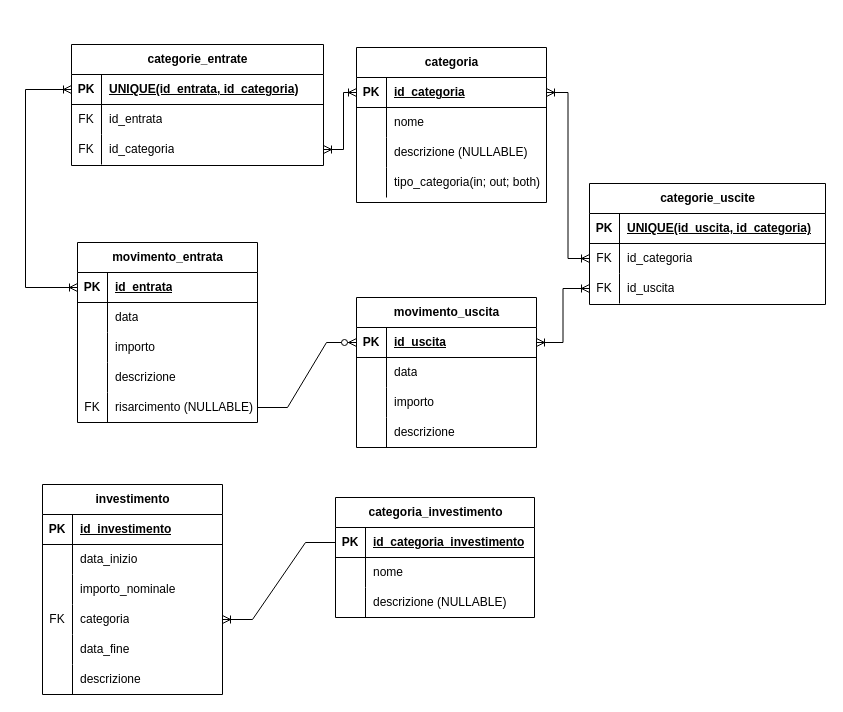
h4rk/ContaPapagne keeps this draw.io diagram as documentation/ER-diagram/modello-em.drawio. Above is the earlier version. Source tidied: cells renumbered, new cells numbered last; positions are measured from the earlier drawing's top-left corner, leaving out a move shared by most shapes. Both pictures are drawn from the tidied source at 100%, with x=0, y=0 at pixel (25, 44).
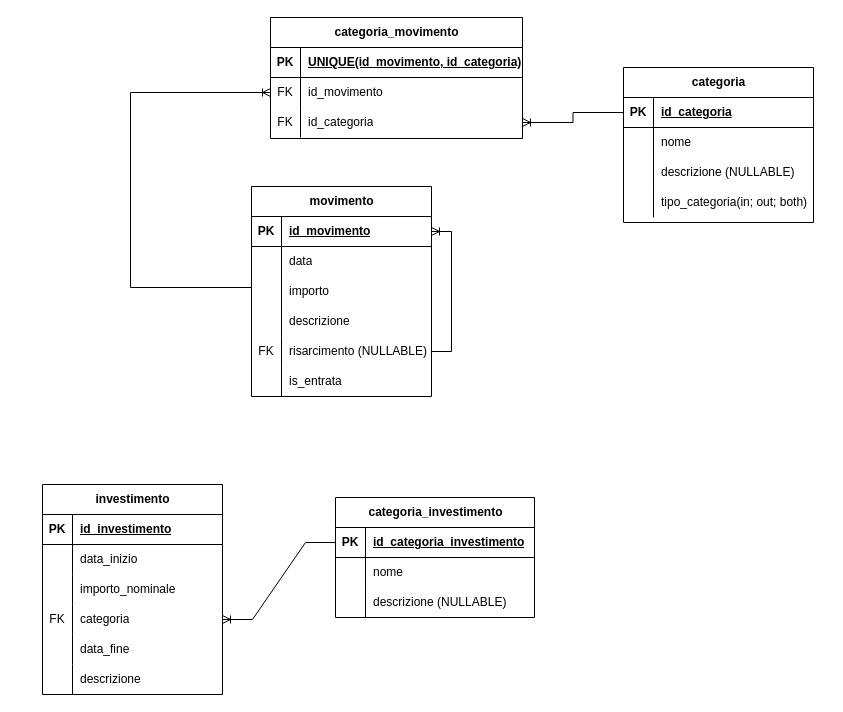
After the change.

Unchanged cells that the change refers to:
```xml
<mxCell id="3" style="shape=tableRow;horizontal=0;startSize=0;swimlaneHead=0;swimlaneBody=0;fillColor=none;points=[[0,0.5],[1,0.5]];portConstraint=eastwest;top=0;left=0;right=0;bottom=1;" parent="2" vertex="1">
  <mxGeometry y="30" width="180" height="30" as="geometry" />
</mxCell>
<mxCell id="15" style="shape=tableRow;horizontal=0;startSize=0;swimlaneHead=0;swimlaneBody=0;fillColor=none;points=[[0,0.5],[1,0.5]];portConstraint=eastwest;top=0;left=0;right=0;bottom=0;" parent="2" vertex="1">
  <mxGeometry y="150" width="180" height="30" as="geometry" />
</mxCell>
<mxCell id="32" style="shape=tableRow;horizontal=0;startSize=0;swimlaneHead=0;swimlaneBody=0;fillColor=none;points=[[0,0.5],[1,0.5]];portConstraint=eastwest;top=0;left=0;right=0;bottom=1;" parent="31" vertex="1">
  <mxGeometry y="30" width="190" height="30" as="geometry" />
</mxCell>
<mxCell id="76" style="shape=tableRow;horizontal=0;startSize=0;swimlaneHead=0;swimlaneBody=0;fillColor=none;points=[[0,0.5],[1,0.5]];portConstraint=eastwest;top=0;left=0;right=0;bottom=1;" parent="75" vertex="1">
  <mxGeometry y="30" width="252" height="30" as="geometry" />
</mxCell>
<mxCell id="79" style="shape=tableRow;horizontal=0;startSize=0;swimlaneHead=0;swimlaneBody=0;fillColor=none;points=[[0,0.5],[1,0.5]];portConstraint=eastwest;top=0;left=0;right=0;bottom=0;" parent="75" vertex="1">
  <mxGeometry y="60" width="252" height="30" as="geometry" />
</mxCell>
<mxCell id="82" style="shape=tableRow;horizontal=0;startSize=0;swimlaneHead=0;swimlaneBody=0;fillColor=none;points=[[0,0.5],[1,0.5]];portConstraint=eastwest;top=0;left=0;right=0;bottom=0;" parent="75" vertex="1">
  <mxGeometry y="90" width="252" height="30" as="geometry" />
</mxCell>
```

Diff of the diagram source:
```diff
@@
-    <mxCell id="2" value="movimento_entrata" style="shape=table;startSize=30;childLayout=tableLayout;rowLines=0;fontStyle=1;align=center;html=1;" parent="1" vertex="1">
-      <mxGeometry x="52" y="198" width="180" height="180" as="geometry" />
+    <mxCell id="2" value="movimento" style="shape=table;startSize=30;childLayout=tableLayout;rowLines=0;fontStyle=1;align=center;html=1;" parent="1" vertex="1">
+      <mxGeometry x="226" y="142" width="180" height="210" as="geometry" />
     </mxCell>
@@
-    <mxCell id="5" value="id_entrata" style="shape=partialRectangle;fillColor=none;top=0;left=0;bottom=0;right=0;align=left;spacingLeft=6;fontStyle=5;overflow=hidden;whiteSpace=wrap;html=1;" parent="3" vertex="1">
+    <mxCell id="5" value="id_movimento" style="shape=partialRectangle;fillColor=none;top=0;left=0;bottom=0;right=0;align=left;spacingLeft=6;fontStyle=5;overflow=hidden;whiteSpace=wrap;html=1;" parent="3" vertex="1">
       <mxGeometry x="30" width="150" height="30" as="geometry" />
     </mxCell>
@@
+    <mxCell id="99" style="edgeStyle=orthogonalEdgeStyle;rounded=0;jettySize=auto;html=1;entryX=1;entryY=0.5;entryDx=0;entryDy=0;exitX=1;exitY=0.5;exitDx=0;exitDy=0;endArrow=ERoneToMany;endFill=0;startArrow=none;startFill=0;" parent="2" edge="1" source="15" target="3">
+      <mxGeometry relative="1" as="geometry" />
+    </mxCell>
@@
-    <mxCell id="18" value="movimento_uscita" style="shape=table;startSize=30;childLayout=tableLayout;rowLines=0;fontStyle=1;align=center;html=1;" parent="1" vertex="1">
-      <mxGeometry x="331" y="253" width="180" height="150" as="geometry" />
-    </mxCell>
-    <mxCell id="19" style="shape=tableRow;horizontal=0;startSize=0;swimlaneHead=0;swimlaneBody=0;fillColor=none;points=[[0,0.5],[1,0.5]];portConstraint=eastwest;top=0;left=0;right=0;bottom=1;" parent="18" vertex="1">
-      <mxGeometry y="30" width="180" height="30" as="geometry" />
-    </mxCell>
-    <mxCell id="20" value="PK" style="shape=partialRectangle;fillColor=none;top=0;left=0;bottom=0;right=0;fontStyle=1;overflow=hidden;whiteSpace=wrap;html=1;" parent="19" vertex="1">
-      <mxGeometry width="30" height="30" as="geometry" />
-    </mxCell>
-    <mxCell id="21" value="id_uscita" style="shape=partialRectangle;fillColor=none;top=0;left=0;bottom=0;right=0;align=left;spacingLeft=6;fontStyle=5;overflow=hidden;whiteSpace=wrap;html=1;" parent="19" vertex="1">
-      <mxGeometry x="30" width="150" height="30" as="geometry" />
-    </mxCell>
-    <mxCell id="22" style="shape=tableRow;horizontal=0;startSize=0;swimlaneHead=0;swimlaneBody=0;fillColor=none;top=0;left=0;right=0;bottom=0;" parent="18" vertex="1">
-      <mxGeometry y="60" width="180" height="30" as="geometry" />
-    </mxCell>
-    <mxCell id="23" style="shape=partialRectangle;fillColor=none;top=0;left=0;bottom=0;right=0;overflow=hidden;whiteSpace=wrap;html=1;" parent="22" vertex="1">
-      <mxGeometry width="30" height="30" as="geometry" />
-    </mxCell>
-    <mxCell id="24" value="data" style="shape=partialRectangle;fillColor=none;top=0;left=0;bottom=0;right=0;align=left;spacingLeft=6;overflow=hidden;whiteSpace=wrap;html=1;" parent="22" vertex="1">
-      <mxGeometry x="30" width="150" height="30" as="geometry" />
-    </mxCell>
-    <mxCell id="25" style="shape=tableRow;horizontal=0;startSize=0;swimlaneHead=0;swimlaneBody=0;fillColor=none;top=0;left=0;right=0;bottom=0;" parent="18" vertex="1">
-      <mxGeometry y="90" width="180" height="30" as="geometry" />
-    </mxCell>
-    <mxCell id="26" style="shape=partialRectangle;fillColor=none;top=0;left=0;bottom=0;right=0;overflow=hidden;whiteSpace=wrap;html=1;" parent="25" vertex="1">
-      <mxGeometry width="30" height="30" as="geometry" />
-    </mxCell>
-    <mxCell id="27" value="importo" style="shape=partialRectangle;fillColor=none;top=0;left=0;bottom=0;right=0;align=left;spacingLeft=6;overflow=hidden;whiteSpace=wrap;html=1;" parent="25" vertex="1">
-      <mxGeometry x="30" width="150" height="30" as="geometry" />
-    </mxCell>
-    <mxCell id="28" style="shape=tableRow;horizontal=0;startSize=0;swimlaneHead=0;swimlaneBody=0;fillColor=none;top=0;left=0;right=0;bottom=0;" parent="18" vertex="1">
-      <mxGeometry y="120" width="180" height="30" as="geometry" />
-    </mxCell>
-    <mxCell id="29" style="shape=partialRectangle;fillColor=none;top=0;left=0;bottom=0;right=0;overflow=hidden;whiteSpace=wrap;html=1;" parent="28" vertex="1">
-      <mxGeometry width="30" height="30" as="geometry" />
-    </mxCell>
-    <mxCell id="30" value="descrizione" style="shape=partialRectangle;fillColor=none;top=0;left=0;bottom=0;right=0;align=left;spacingLeft=6;overflow=hidden;whiteSpace=wrap;html=1;" parent="28" vertex="1">
-      <mxGeometry x="30" width="150" height="30" as="geometry" />
-    </mxCell>
+    <mxCell id="100" style="shape=tableRow;horizontal=0;startSize=0;swimlaneHead=0;swimlaneBody=0;fillColor=none;top=0;left=0;right=0;bottom=0;" parent="2" vertex="1">
+      <mxGeometry y="180" width="180" height="30" as="geometry" />
+    </mxCell>
+    <mxCell id="101" style="shape=partialRectangle;fillColor=none;top=0;left=0;bottom=0;right=0;overflow=hidden;whiteSpace=wrap;html=1;" parent="100" vertex="1">
+      <mxGeometry width="30" height="30" as="geometry" />
+    </mxCell>
+    <mxCell id="102" value="is_entrata" style="shape=partialRectangle;fillColor=none;top=0;left=0;bottom=0;right=0;align=left;spacingLeft=6;overflow=hidden;whiteSpace=wrap;html=1;" parent="100" vertex="1">
+      <mxGeometry x="30" width="150" height="30" as="geometry" />
+    </mxCell>
     <mxCell id="31" value="categoria" style="shape=table;startSize=30;childLayout=tableLayout;rowLines=0;fontStyle=1;align=center;html=1;" parent="1" vertex="1">
-      <mxGeometry x="331" y="3" width="190" height="155" as="geometry" />
+      <mxGeometry x="598" y="23" width="190" height="155" as="geometry" />
     </mxCell>
@@
-    <mxCell id="74" style="edgeStyle=entityRelationEdgeStyle;fontSize=12;html=1;endArrow=ERzeroToMany;endFill=1;rounded=0;exitX=1;exitY=0.5;exitDx=0;exitDy=0;entryX=0;entryY=0.5;entryDx=0;entryDy=0;" parent="1" edge="1" source="15" target="19">
-      <mxGeometry relative="1" as="geometry">
-        <Array as="points">
-          <mxPoint x="377" y="70" />
-          <mxPoint x="377" y="50" />
-          <mxPoint x="367" y="90" />
-        </Array>
-      </mxGeometry>
-    </mxCell>
-    <mxCell id="75" value="categorie_entrate" style="shape=table;startSize=30;childLayout=tableLayout;rowLines=0;fontStyle=1;align=center;html=1;" parent="1" vertex="1">
-      <mxGeometry x="46" width="252" height="121" as="geometry" />
+    <mxCell id="75" value="categoria_movimento" style="shape=table;startSize=30;childLayout=tableLayout;rowLines=0;fontStyle=1;align=center;html=1;" parent="1" vertex="1">
+      <mxGeometry x="245" y="-27" width="252" height="121" as="geometry" />
     </mxCell>
@@
-    <mxCell id="78" value="UNIQUE(id_entrata, id_categoria)" style="shape=partialRectangle;fillColor=none;top=0;left=0;bottom=0;right=0;align=left;spacingLeft=6;fontStyle=5;overflow=hidden;whiteSpace=wrap;html=1;" parent="76" vertex="1">
+    <mxCell id="78" value="UNIQUE(id_movimento, id_categoria)" style="shape=partialRectangle;fillColor=none;top=0;left=0;bottom=0;right=0;align=left;spacingLeft=6;fontStyle=5;overflow=hidden;whiteSpace=wrap;html=1;" parent="76" vertex="1">
       <mxGeometry x="30" width="222" height="30" as="geometry" />
     </mxCell>
@@
-    <mxCell id="81" value="id_entrata" style="shape=partialRectangle;fillColor=none;top=0;left=0;bottom=0;right=0;align=left;spacingLeft=6;overflow=hidden;whiteSpace=wrap;html=1;" parent="79" vertex="1">
+    <mxCell id="81" value="id_movimento" style="shape=partialRectangle;fillColor=none;top=0;left=0;bottom=0;right=0;align=left;spacingLeft=6;overflow=hidden;whiteSpace=wrap;html=1;" parent="79" vertex="1">
       <mxGeometry x="30" width="222" height="30" as="geometry" />
     </mxCell>
@@
-    <mxCell id="85" style="edgeStyle=orthogonalEdgeStyle;fontSize=12;html=1;endArrow=ERoneToMany;startArrow=ERoneToMany;rounded=0;entryX=0;entryY=0.5;entryDx=0;entryDy=0;exitX=0;exitY=0.5;exitDx=0;exitDy=0;" parent="1" edge="1" source="76" target="3">
+    <mxCell id="85" style="edgeStyle=orthogonalEdgeStyle;fontSize=12;html=1;endArrow=none;startArrow=ERoneToMany;rounded=0;entryX=0;entryY=0.5;entryDx=0;entryDy=0;exitX=0;exitY=0.5;exitDx=0;exitDy=0;startFill=0;endFill=0;" parent="1" edge="1" source="79" target="3">
       <mxGeometry relative="1" as="geometry">
         <Array as="points">
-          <mxPoint y="45" />
-          <mxPoint y="243" />
+          <mxPoint x="105" y="48" />
+          <mxPoint x="105" y="243" />
+          <mxPoint x="226" y="243" />
         </Array>
       </mxGeometry>
     </mxCell>
-    <mxCell id="86" style="edgeStyle=orthogonalEdgeStyle;rounded=0;jettySize=auto;html=1;entryX=1;entryY=0.5;entryDx=0;entryDy=0;startArrow=ERoneToMany;startFill=0;endArrow=ERoneToMany;endFill=0;" parent="1" edge="1" source="32" target="82">
-      <mxGeometry relative="1" as="geometry">
-        <Array as="points">
-          <mxPoint x="318" y="48" />
-          <mxPoint x="318" y="105" />
-        </Array>
-      </mxGeometry>
+    <mxCell id="86" style="edgeStyle=orthogonalEdgeStyle;rounded=0;jettySize=auto;html=1;entryX=1;entryY=0.5;entryDx=0;entryDy=0;startArrow=none;startFill=0;endArrow=ERoneToMany;endFill=0;" parent="1" edge="1" source="32" target="82">
+      <mxGeometry relative="1" as="geometry" />
     </mxCell>
-    <mxCell id="87" value="categorie_uscite" style="shape=table;startSize=30;childLayout=tableLayout;rowLines=0;fontStyle=1;align=center;html=1;" parent="1" vertex="1">
-      <mxGeometry x="564" y="139" width="236" height="121" as="geometry" />
-    </mxCell>
-    <mxCell id="88" style="shape=tableRow;horizontal=0;startSize=0;swimlaneHead=0;swimlaneBody=0;fillColor=none;top=0;left=0;right=0;bottom=1;" parent="87" vertex="1">
-      <mxGeometry y="30" width="236" height="30" as="geometry" />
-    </mxCell>
-    <mxCell id="89" value="PK" style="shape=partialRectangle;fillColor=none;top=0;left=0;bottom=0;right=0;fontStyle=1;overflow=hidden;whiteSpace=wrap;html=1;" parent="88" vertex="1">
-      <mxGeometry width="30" height="30" as="geometry" />
-    </mxCell>
-    <mxCell id="90" value="UNIQUE(id_uscita, id_categoria)" style="shape=partialRectangle;fillColor=none;top=0;left=0;bottom=0;right=0;align=left;spacingLeft=6;fontStyle=5;overflow=hidden;whiteSpace=wrap;html=1;" parent="88" vertex="1">
-      <mxGeometry x="30" width="206" height="30" as="geometry" />
-    </mxCell>
-    <mxCell id="91" style="shape=tableRow;horizontal=0;startSize=0;swimlaneHead=0;swimlaneBody=0;fillColor=none;points=[[0,0.5],[1,0.5]];portConstraint=eastwest;top=0;left=0;right=0;bottom=0;" parent="87" vertex="1">
-      <mxGeometry y="60" width="236" height="30" as="geometry" />
-    </mxCell>
-    <mxCell id="92" value="FK" style="shape=partialRectangle;fillColor=none;top=0;left=0;bottom=0;right=0;overflow=hidden;whiteSpace=wrap;html=1;" parent="91" vertex="1">
-      <mxGeometry width="30" height="30" as="geometry" />
-    </mxCell>
-    <mxCell id="93" value="id_categoria" style="shape=partialRectangle;fillColor=none;top=0;left=0;bottom=0;right=0;align=left;spacingLeft=6;overflow=hidden;whiteSpace=wrap;html=1;" parent="91" vertex="1">
-      <mxGeometry x="30" width="206" height="30" as="geometry" />
-    </mxCell>
-    <mxCell id="94" style="shape=tableRow;horizontal=0;startSize=0;swimlaneHead=0;swimlaneBody=0;fillColor=none;points=[[0,0.5],[1,0.5]];portConstraint=eastwest;top=0;left=0;right=0;bottom=0;" parent="87" vertex="1">
-      <mxGeometry y="90" width="236" height="30" as="geometry" />
-    </mxCell>
-    <mxCell id="95" value="FK" style="shape=partialRectangle;fillColor=none;top=0;left=0;bottom=0;right=0;overflow=hidden;whiteSpace=wrap;html=1;" parent="94" vertex="1">
-      <mxGeometry width="30" height="30" as="geometry" />
-    </mxCell>
-    <mxCell id="96" value="id_uscita" style="shape=partialRectangle;fillColor=none;top=0;left=0;bottom=0;right=0;align=left;spacingLeft=6;overflow=hidden;whiteSpace=wrap;html=1;" parent="94" vertex="1">
-      <mxGeometry x="30" width="206" height="30" as="geometry" />
-    </mxCell>
-    <mxCell id="97" style="edgeStyle=orthogonalEdgeStyle;rounded=0;jettySize=auto;html=1;entryX=1;entryY=0.5;entryDx=0;entryDy=0;startArrow=ERoneToMany;startFill=0;endArrow=ERoneToMany;endFill=0;" parent="1" edge="1" source="94" target="19">
-      <mxGeometry relative="1" as="geometry" />
-    </mxCell>
-    <mxCell id="98" style="edgeStyle=orthogonalEdgeStyle;rounded=0;jettySize=auto;html=1;entryX=1;entryY=0.5;entryDx=0;entryDy=0;startArrow=ERoneToMany;startFill=0;endArrow=ERoneToMany;endFill=0;" parent="1" edge="1" source="91" target="32">
-      <mxGeometry relative="1" as="geometry" />
-    </mxCell>
```
